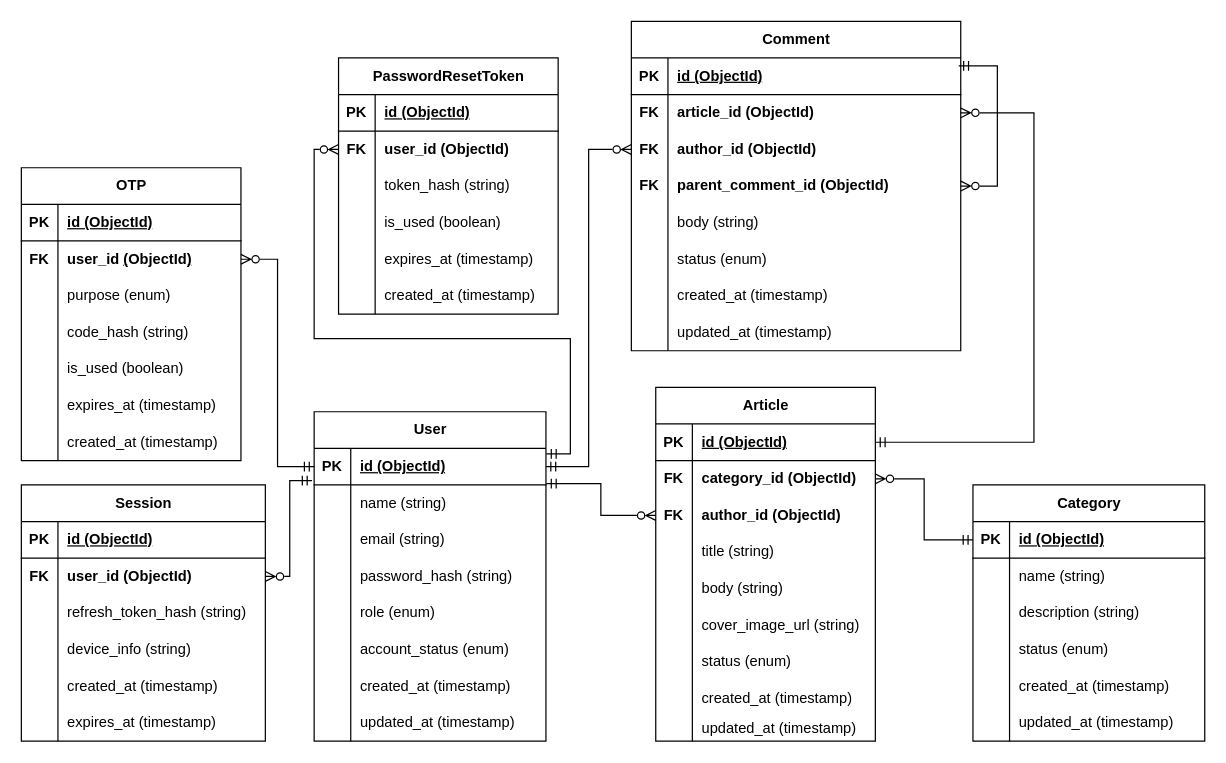
The draw.io diagram docs/database/ER Diagram.drawio in ihsiam/Blog_Management_System, before the edit. Source tidied: cells renumbered, new cells numbered last; positions are measured from the earlier drawing's top-left corner, leaving out a move shared by most shapes. Both pictures are drawn from the tidied source at 122%, with x=0, y=0 at pixel (21, 21).
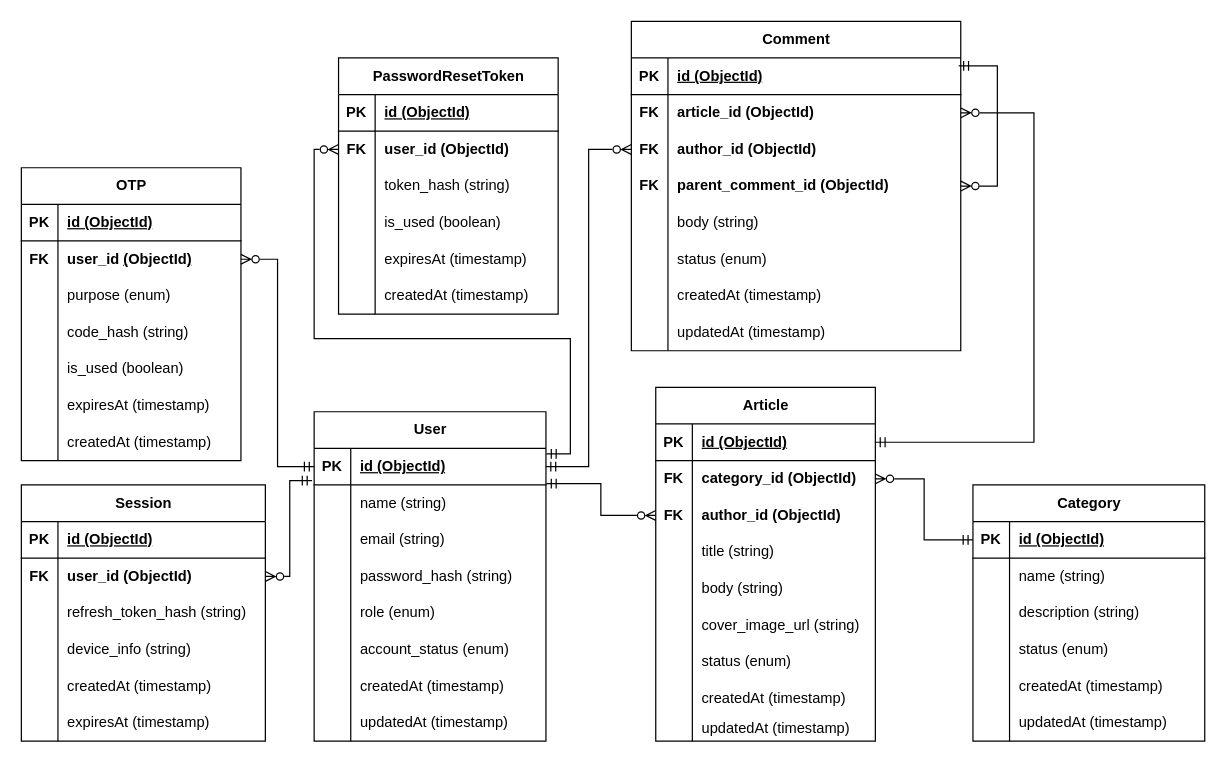
The same page after the edit.

Commit message (it also covers changes not shown here):
refactor: rename timestamp fields and change default sort to createdAt

The change refers to these unchanged cells:
```xml
<mxCell id="21" style="shape=tableRow;horizontal=0;startSize=0;swimlaneHead=0;swimlaneBody=0;fillColor=none;top=0;left=0;right=0;bottom=0;" parent="2" vertex="1">
  <mxGeometry y="210" width="190" height="30" as="geometry" />
</mxCell>
<mxCell id="24" style="shape=tableRow;horizontal=0;startSize=0;swimlaneHead=0;swimlaneBody=0;fillColor=none;top=0;left=0;right=0;bottom=0;" parent="2" vertex="1">
  <mxGeometry y="240" width="190" height="30" as="geometry" />
</mxCell>
<mxCell id="46" style="shape=tableRow;horizontal=0;startSize=0;swimlaneHead=0;swimlaneBody=0;fillColor=none;top=0;left=0;right=0;bottom=0;" parent="27" vertex="1">
  <mxGeometry y="210" width="270" height="30" as="geometry" />
</mxCell>
<mxCell id="49" style="shape=tableRow;horizontal=0;startSize=0;swimlaneHead=0;swimlaneBody=0;fillColor=none;top=0;left=0;right=0;bottom=0;" parent="27" vertex="1">
  <mxGeometry y="240" width="270" height="30" as="geometry" />
</mxCell>
<mxCell id="76" style="shape=tableRow;horizontal=0;startSize=0;swimlaneHead=0;swimlaneBody=0;fillColor=none;top=0;left=0;right=0;bottom=0;" parent="54" vertex="1">
  <mxGeometry y="240" width="180" height="30" as="geometry" />
</mxCell>
<mxCell id="79" style="shape=tableRow;horizontal=0;startSize=0;swimlaneHead=0;swimlaneBody=0;fillColor=none;top=0;left=0;right=0;bottom=0;" parent="54" vertex="1">
  <mxGeometry y="270" width="180" height="20" as="geometry" />
</mxCell>
<mxCell id="95" style="shape=tableRow;horizontal=0;startSize=0;swimlaneHead=0;swimlaneBody=0;fillColor=none;top=0;left=0;right=0;bottom=0;" parent="82" vertex="1">
  <mxGeometry y="150" width="200" height="30" as="geometry" />
</mxCell>
<mxCell id="98" style="shape=tableRow;horizontal=0;startSize=0;swimlaneHead=0;swimlaneBody=0;fillColor=none;top=0;left=0;right=0;bottom=0;" parent="82" vertex="1">
  <mxGeometry y="180" width="200" height="30" as="geometry" />
</mxCell>
<mxCell id="117" style="shape=tableRow;horizontal=0;startSize=0;swimlaneHead=0;swimlaneBody=0;fillColor=none;top=0;left=0;right=0;bottom=0;" parent="101" vertex="1">
  <mxGeometry y="180" width="180" height="30" as="geometry" />
</mxCell>
<mxCell id="120" style="shape=tableRow;horizontal=0;startSize=0;swimlaneHead=0;swimlaneBody=0;fillColor=none;top=0;left=0;right=0;bottom=0;" parent="101" vertex="1">
  <mxGeometry y="210" width="180" height="30" as="geometry" />
</mxCell>
<mxCell id="136" style="shape=tableRow;horizontal=0;startSize=0;swimlaneHead=0;swimlaneBody=0;fillColor=none;top=0;left=0;right=0;bottom=0;" parent="123" vertex="1">
  <mxGeometry y="150" width="180" height="30" as="geometry" />
</mxCell>
<mxCell id="139" style="shape=tableRow;horizontal=0;startSize=0;swimlaneHead=0;swimlaneBody=0;fillColor=none;top=0;left=0;right=0;bottom=0;" parent="123" vertex="1">
  <mxGeometry y="180" width="180" height="30" as="geometry" />
</mxCell>
<mxCell id="155" style="shape=tableRow;horizontal=0;startSize=0;swimlaneHead=0;swimlaneBody=0;fillColor=none;top=0;left=0;right=0;bottom=0;" parent="142" vertex="1">
  <mxGeometry y="150" width="190" height="30" as="geometry" />
</mxCell>
<mxCell id="158" style="shape=tableRow;horizontal=0;startSize=0;swimlaneHead=0;swimlaneBody=0;fillColor=none;top=0;left=0;right=0;bottom=0;" parent="142" vertex="1">
  <mxGeometry y="180" width="190" height="30" as="geometry" />
</mxCell>
```

The edit, as a diff of the source:
```diff
@@
-    <mxCell id="23" value="&lt;font face=&quot;Helvetica&quot;&gt;created_at&lt;/font&gt; (timestamp)" style="shape=partialRectangle;fillColor=none;top=0;left=0;bottom=0;right=0;align=left;spacingLeft=6;overflow=hidden;whiteSpace=wrap;html=1;" parent="21" vertex="1">
+    <mxCell id="23" value="&lt;font face=&quot;Helvetica&quot;&gt;createdAt&lt;/font&gt; (timestamp)" style="shape=partialRectangle;fillColor=none;top=0;left=0;bottom=0;right=0;align=left;spacingLeft=6;overflow=hidden;whiteSpace=wrap;html=1;" parent="21" vertex="1">
       <mxGeometry x="30" width="160" height="30" as="geometry" />
     </mxCell>
@@
-    <mxCell id="26" value="&lt;font&gt;updated_at&lt;/font&gt; (timestamp)" style="shape=partialRectangle;fillColor=none;top=0;left=0;bottom=0;right=0;align=left;spacingLeft=6;overflow=hidden;whiteSpace=wrap;html=1;" parent="24" vertex="1">
+    <mxCell id="26" value="&lt;font&gt;updatedAt&lt;/font&gt; (timestamp)" style="shape=partialRectangle;fillColor=none;top=0;left=0;bottom=0;right=0;align=left;spacingLeft=6;overflow=hidden;whiteSpace=wrap;html=1;" parent="24" vertex="1">
       <mxGeometry x="30" width="160" height="30" as="geometry" />
     </mxCell>
@@
-    <mxCell id="48" value="created_at (timestamp)" style="shape=partialRectangle;fillColor=none;top=0;left=0;bottom=0;right=0;align=left;spacingLeft=6;overflow=hidden;whiteSpace=wrap;html=1;" parent="46" vertex="1">
+    <mxCell id="48" value="createdAt (timestamp)" style="shape=partialRectangle;fillColor=none;top=0;left=0;bottom=0;right=0;align=left;spacingLeft=6;overflow=hidden;whiteSpace=wrap;html=1;" parent="46" vertex="1">
       <mxGeometry x="30" width="240" height="30" as="geometry" />
     </mxCell>
@@
-    <mxCell id="51" value="updated_at (timestamp)" style="shape=partialRectangle;fillColor=none;top=0;left=0;bottom=0;right=0;align=left;spacingLeft=6;overflow=hidden;whiteSpace=wrap;html=1;" parent="49" vertex="1">
+    <mxCell id="51" value="updatedAt (timestamp)" style="shape=partialRectangle;fillColor=none;top=0;left=0;bottom=0;right=0;align=left;spacingLeft=6;overflow=hidden;whiteSpace=wrap;html=1;" parent="49" vertex="1">
       <mxGeometry x="30" width="240" height="30" as="geometry" />
     </mxCell>
@@
-    <mxCell id="78" value="&lt;font face=&quot;Helvetica&quot;&gt;created_at&lt;/font&gt; (timestamp)" style="shape=partialRectangle;fillColor=none;top=0;left=0;bottom=0;right=0;align=left;spacingLeft=6;overflow=hidden;whiteSpace=wrap;html=1;" parent="76" vertex="1">
+    <mxCell id="78" value="&lt;font face=&quot;Helvetica&quot;&gt;createdAt&lt;/font&gt; (timestamp)" style="shape=partialRectangle;fillColor=none;top=0;left=0;bottom=0;right=0;align=left;spacingLeft=6;overflow=hidden;whiteSpace=wrap;html=1;" parent="76" vertex="1">
       <mxGeometry x="30" width="150" height="30" as="geometry" />
     </mxCell>
@@
-    <mxCell id="81" value="&lt;font&gt;updated_at&lt;/font&gt; (timestamp)" style="shape=partialRectangle;fillColor=none;top=0;left=0;bottom=0;right=0;align=left;spacingLeft=6;overflow=hidden;whiteSpace=wrap;html=1;" parent="79" vertex="1">
+    <mxCell id="81" value="&lt;font&gt;updatedAt&lt;/font&gt; (timestamp)" style="shape=partialRectangle;fillColor=none;top=0;left=0;bottom=0;right=0;align=left;spacingLeft=6;overflow=hidden;whiteSpace=wrap;html=1;" parent="79" vertex="1">
       <mxGeometry x="30" width="150" height="20" as="geometry" />
     </mxCell>
@@
-    <mxCell id="97" value="created_at (timestamp)" style="shape=partialRectangle;fillColor=none;top=0;left=0;bottom=0;right=0;align=left;spacingLeft=6;overflow=hidden;whiteSpace=wrap;html=1;" parent="95" vertex="1">
+    <mxCell id="97" value="createdAt (timestamp)" style="shape=partialRectangle;fillColor=none;top=0;left=0;bottom=0;right=0;align=left;spacingLeft=6;overflow=hidden;whiteSpace=wrap;html=1;" parent="95" vertex="1">
       <mxGeometry x="30" width="170" height="30" as="geometry" />
     </mxCell>
@@
-    <mxCell id="100" value="expires_at (timestamp)" style="shape=partialRectangle;fillColor=none;top=0;left=0;bottom=0;right=0;align=left;spacingLeft=6;overflow=hidden;whiteSpace=wrap;html=1;" parent="98" vertex="1">
+    <mxCell id="100" value="expiresAt (timestamp)" style="shape=partialRectangle;fillColor=none;top=0;left=0;bottom=0;right=0;align=left;spacingLeft=6;overflow=hidden;whiteSpace=wrap;html=1;" parent="98" vertex="1">
       <mxGeometry x="30" width="170" height="30" as="geometry" />
     </mxCell>
@@
-    <mxCell id="119" value="expires_at (timestamp)" style="shape=partialRectangle;fillColor=none;top=0;left=0;bottom=0;right=0;align=left;spacingLeft=6;overflow=hidden;whiteSpace=wrap;html=1;" parent="117" vertex="1">
+    <mxCell id="119" value="expiresAt (timestamp)" style="shape=partialRectangle;fillColor=none;top=0;left=0;bottom=0;right=0;align=left;spacingLeft=6;overflow=hidden;whiteSpace=wrap;html=1;" parent="117" vertex="1">
       <mxGeometry x="30" width="150" height="30" as="geometry" />
     </mxCell>
@@
-    <mxCell id="122" value="created_at (timestamp)" style="shape=partialRectangle;fillColor=none;top=0;left=0;bottom=0;right=0;align=left;spacingLeft=6;overflow=hidden;whiteSpace=wrap;html=1;" parent="120" vertex="1">
+    <mxCell id="122" value="createdAt (timestamp)" style="shape=partialRectangle;fillColor=none;top=0;left=0;bottom=0;right=0;align=left;spacingLeft=6;overflow=hidden;whiteSpace=wrap;html=1;" parent="120" vertex="1">
       <mxGeometry x="30" width="150" height="30" as="geometry" />
     </mxCell>
@@
-    <mxCell id="138" value="expires_at (timestamp)" style="shape=partialRectangle;fillColor=none;top=0;left=0;bottom=0;right=0;align=left;spacingLeft=6;overflow=hidden;whiteSpace=wrap;html=1;" parent="136" vertex="1">
+    <mxCell id="138" value="expiresAt (timestamp)" style="shape=partialRectangle;fillColor=none;top=0;left=0;bottom=0;right=0;align=left;spacingLeft=6;overflow=hidden;whiteSpace=wrap;html=1;" parent="136" vertex="1">
       <mxGeometry x="30" width="150" height="30" as="geometry" />
     </mxCell>
@@
-    <mxCell id="141" value="created_at (timestamp)" style="shape=partialRectangle;fillColor=none;top=0;left=0;bottom=0;right=0;align=left;spacingLeft=6;overflow=hidden;whiteSpace=wrap;html=1;" parent="139" vertex="1">
+    <mxCell id="141" value="createdAt (timestamp)" style="shape=partialRectangle;fillColor=none;top=0;left=0;bottom=0;right=0;align=left;spacingLeft=6;overflow=hidden;whiteSpace=wrap;html=1;" parent="139" vertex="1">
       <mxGeometry x="30" width="150" height="30" as="geometry" />
     </mxCell>
@@
-    <mxCell id="157" value="&lt;font face=&quot;Helvetica&quot;&gt;created_at&lt;/font&gt; (timestamp)" style="shape=partialRectangle;fillColor=none;top=0;left=0;bottom=0;right=0;align=left;spacingLeft=6;overflow=hidden;whiteSpace=wrap;html=1;" parent="155" vertex="1">
+    <mxCell id="157" value="&lt;font face=&quot;Helvetica&quot;&gt;createdAt&lt;/font&gt; (timestamp)" style="shape=partialRectangle;fillColor=none;top=0;left=0;bottom=0;right=0;align=left;spacingLeft=6;overflow=hidden;whiteSpace=wrap;html=1;" parent="155" vertex="1">
       <mxGeometry x="30" width="160" height="30" as="geometry" />
     </mxCell>
@@
-    <mxCell id="160" value="&lt;font&gt;updated_at&lt;/font&gt; (timestamp)" style="shape=partialRectangle;fillColor=none;top=0;left=0;bottom=0;right=0;align=left;spacingLeft=6;overflow=hidden;whiteSpace=wrap;html=1;" parent="158" vertex="1">
+    <mxCell id="160" value="&lt;font&gt;updatedAt&lt;/font&gt; (timestamp)" style="shape=partialRectangle;fillColor=none;top=0;left=0;bottom=0;right=0;align=left;spacingLeft=6;overflow=hidden;whiteSpace=wrap;html=1;" parent="158" vertex="1">
       <mxGeometry x="30" width="160" height="30" as="geometry" />
     </mxCell>
```
